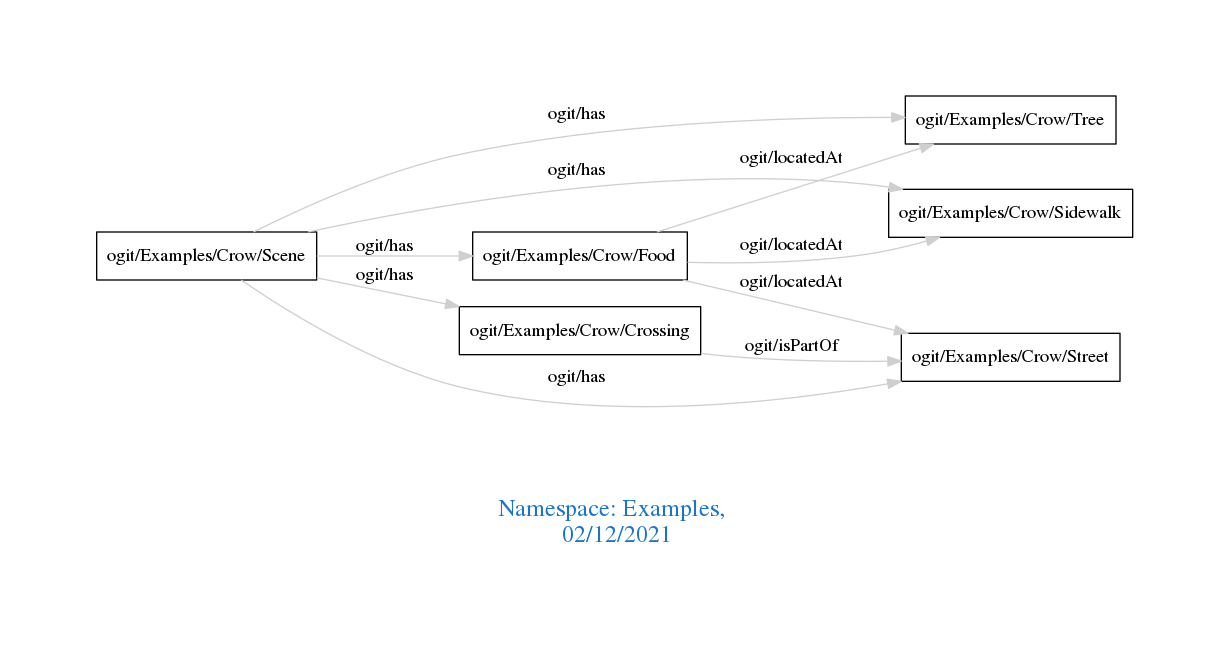
Before: downloads/Examples.png, a diagram exported from Graphviz (arago/OGIT). Its source is kept beside it as downloads/Examples.dot.
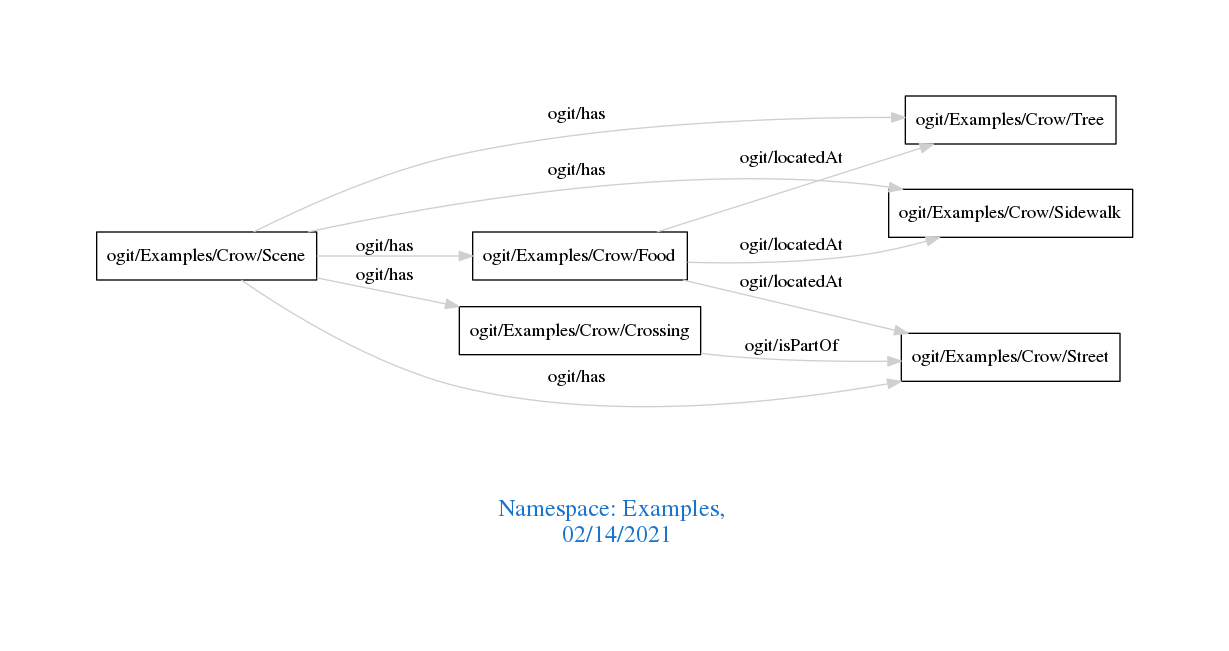
After the commit.

What changed in the source:
```diff
@@ -1,7 +1,7 @@
 digraph OGIT_ontology {
  graph [ rankdir= LR,pad=1
 fontsize = 18,
-fontcolor= dodgerblue3,label = "\n\n\nNamespace: Examples, \n 02/12/2021"];
+fontcolor= dodgerblue3,label = "\n\n\nNamespace: Examples, \n 02/14/2021"];
 node[shape=polygon];
 edge [  color="gray81"];
 
```
